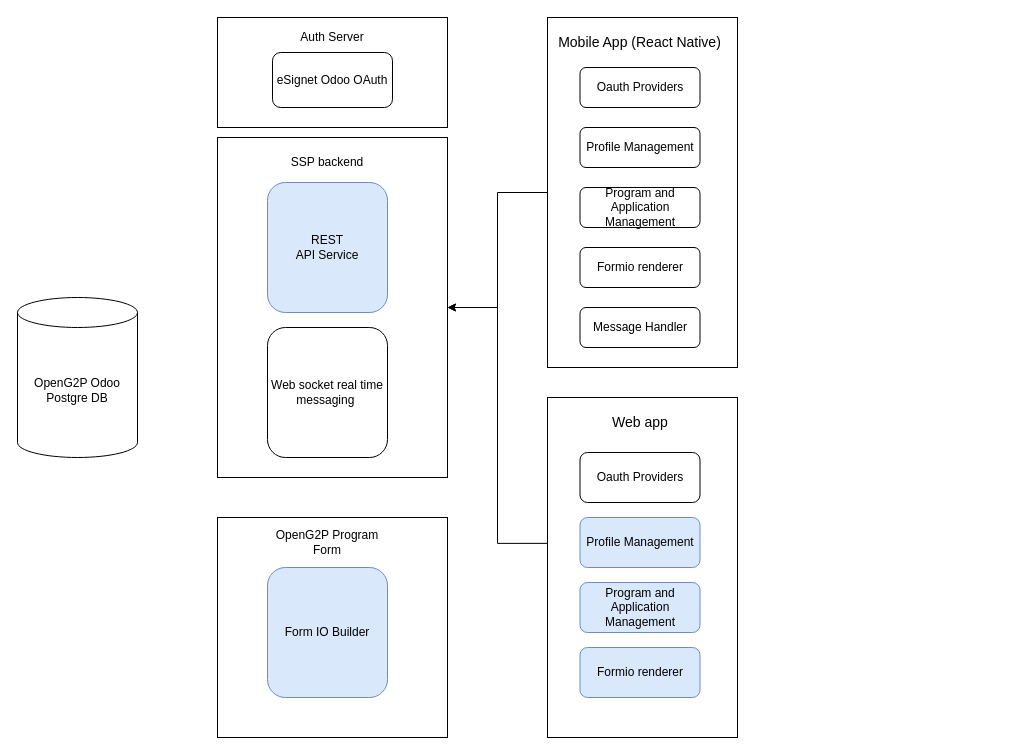
OpenG2P/openg2p-documentation keeps this draw.io diagram as .gitbook/assets/self-service-portal.drawio. Above is the earlier version. Source tidied: cells renumbered, new cells numbered last; positions are measured from the earlier drawing's top-left corner, leaving out a move shared by most shapes. Both pictures are drawn from the tidied source at 100%, with x=0, y=0 at pixel (17, 17).
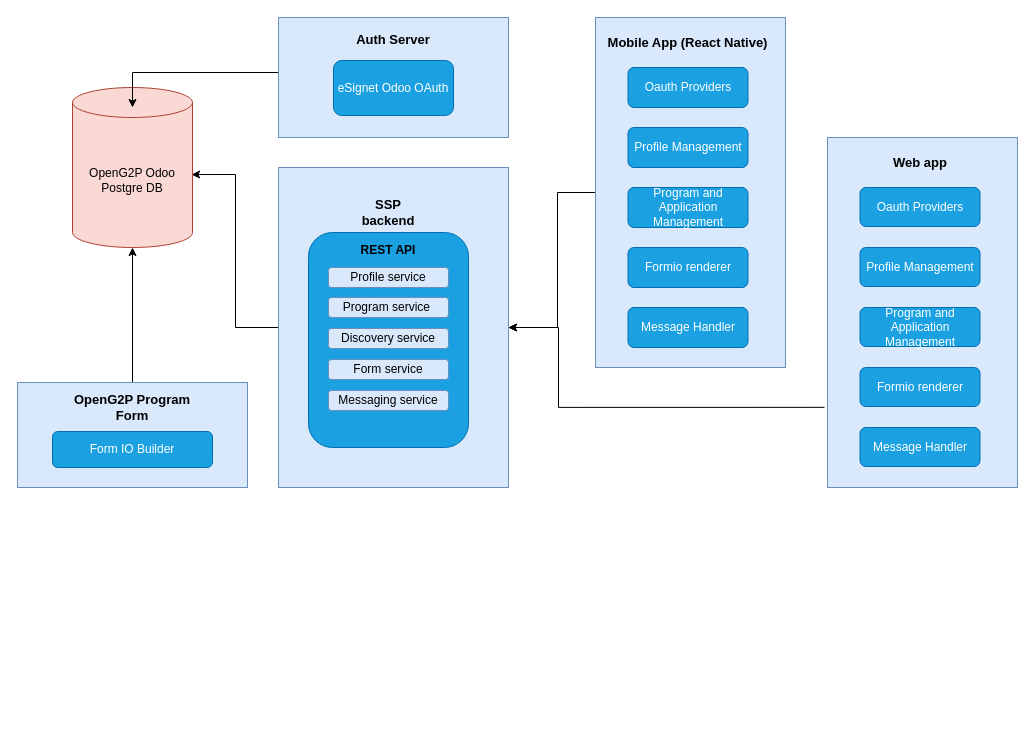
After the change.

Diff of the diagram source:
```diff
@@
+    <mxCell id="28" style="edgeStyle=orthogonalEdgeStyle;rounded=0;jettySize=auto;html=1;entryX=0.992;entryY=0.544;entryDx=0;entryDy=0;entryPerimeter=0;" parent="1" edge="1" source="2" target="6">
+      <mxGeometry relative="1" as="geometry" />
+    </mxCell>
-    <mxCell id="2" style="rounded=0;whiteSpace=wrap;html=1;" parent="1" vertex="1">
-      <mxGeometry x="200" y="120" width="230" height="340" as="geometry" />
+    <mxCell id="2" style="rounded=0;whiteSpace=wrap;html=1;fillColor=#dae8fc;strokeColor=#6c8ebf;" parent="1" vertex="1">
+      <mxGeometry x="261" y="150" width="230" height="320" as="geometry" />
     </mxCell>
     <mxCell id="3" style="edgeStyle=orthogonalEdgeStyle;rounded=0;jettySize=auto;html=1;" parent="1" edge="1" source="4" target="2">
-      <mxGeometry relative="1" as="geometry" />
+      <mxGeometry relative="1" as="geometry">
+        <Array as="points">
+          <mxPoint x="540" y="175" />
+          <mxPoint x="540" y="310" />
+        </Array>
+      </mxGeometry>
     </mxCell>
-    <mxCell id="4" style="rounded=0;whiteSpace=wrap;html=1;" parent="1" vertex="1">
-      <mxGeometry x="530" width="190" height="350" as="geometry" />
+    <mxCell id="4" style="rounded=0;whiteSpace=wrap;html=1;fillColor=#dae8fc;strokeColor=#6c8ebf;" parent="1" vertex="1">
+      <mxGeometry x="578" width="190" height="350" as="geometry" />
     </mxCell>
-    <mxCell id="5" style="rounded=0;whiteSpace=wrap;html=1;" parent="1" vertex="1">
-      <mxGeometry x="530" y="380" width="190" height="340" as="geometry" />
+    <mxCell id="5" style="rounded=0;whiteSpace=wrap;html=1;fillColor=#dae8fc;strokeColor=#6c8ebf;" parent="1" vertex="1">
+      <mxGeometry x="810" y="120" width="190" height="350" as="geometry" />
     </mxCell>
-    <mxCell id="6" value="OpenG2P Odoo &lt;br&gt;Postgre DB" style="shape=cylinder3;whiteSpace=wrap;html=1;boundedLbl=1;backgroundOutline=1;size=15;" parent="1" vertex="1">
-      <mxGeometry y="280" width="120" height="160" as="geometry" />
+    <mxCell id="6" value="OpenG2P Odoo &lt;br&gt;Postgre DB" style="shape=cylinder3;whiteSpace=wrap;html=1;boundedLbl=1;backgroundOutline=1;size=15;fillColor=#fad9d5;strokeColor=#ae4132;" parent="1" vertex="1">
+      <mxGeometry x="55" y="70" width="120" height="160" as="geometry" />
     </mxCell>
-    <mxCell id="7" value="REST &lt;br&gt;API Service" style="rounded=1;whiteSpace=wrap;html=1;fillColor=#dae8fc;strokeColor=#6c8ebf;" parent="1" vertex="1">
-      <mxGeometry x="250" y="165" width="120" height="130" as="geometry" />
+    <mxCell id="7" style="rounded=1;whiteSpace=wrap;html=1;fillColor=#1ba1e2;strokeColor=#006EAF;fontColor=#ffffff;" parent="1" vertex="1">
+      <mxGeometry x="291" y="215" width="160" height="215" as="geometry" />
     </mxCell>
-    <mxCell id="8" value="Web socket real time messaging&amp;nbsp;" style="rounded=1;whiteSpace=wrap;html=1;" parent="1" vertex="1">
-      <mxGeometry x="250" y="310" width="120" height="130" as="geometry" />
-    </mxCell>
-    <mxCell id="9" value="Mobile App (React Native)" style="text;html=1;strokeColor=none;fillColor=none;align=center;verticalAlign=middle;whiteSpace=wrap;rounded=0;fontSize=14;" parent="1" vertex="1">
-      <mxGeometry x="540" y="10" width="165" height="30" as="geometry" />
+    <mxCell id="9" value="Mobile App (React Native)" style="text;html=1;strokeColor=none;fillColor=none;align=center;verticalAlign=middle;whiteSpace=wrap;rounded=0;fontSize=13;fontStyle=1;" parent="1" vertex="1">
+      <mxGeometry x="588" y="10" width="165" height="30" as="geometry" />
     </mxCell>
-    <mxCell id="10" value="Web app" style="text;html=1;strokeColor=none;fillColor=none;align=center;verticalAlign=middle;whiteSpace=wrap;rounded=0;fontSize=14;" parent="1" vertex="1">
-      <mxGeometry x="592.5" y="390" width="60" height="30" as="geometry" />
+    <mxCell id="10" value="Web app" style="text;html=1;strokeColor=none;fillColor=none;align=center;verticalAlign=middle;whiteSpace=wrap;rounded=0;fontSize=13;fontStyle=1;" parent="1" vertex="1">
+      <mxGeometry x="872.5" y="130" width="60" height="30" as="geometry" />
     </mxCell>
-    <mxCell id="11" value="Formio renderer" style="rounded=1;whiteSpace=wrap;html=1;" parent="1" vertex="1">
-      <mxGeometry x="562.5" y="230" width="120" height="40" as="geometry" />
+    <mxCell id="11" value="Formio renderer" style="rounded=1;whiteSpace=wrap;html=1;fillColor=#1ba1e2;strokeColor=#006EAF;fontColor=#ffffff;" parent="1" vertex="1">
+      <mxGeometry x="610.5" y="230" width="120" height="40" as="geometry" />
     </mxCell>
-    <mxCell id="12" value="SSP backend" style="text;html=1;strokeColor=none;fillColor=none;align=center;verticalAlign=middle;whiteSpace=wrap;rounded=0;" parent="1" vertex="1">
-      <mxGeometry x="270" y="130" width="80" height="30" as="geometry" />
+    <mxCell id="12" value="SSP backend" style="text;html=1;strokeColor=none;fillColor=none;align=center;verticalAlign=middle;whiteSpace=wrap;rounded=0;fontSize=13;fontStyle=1;" parent="1" vertex="1">
+      <mxGeometry x="331" y="180" width="80" height="30" as="geometry" />
     </mxCell>
+    <mxCell id="29" style="edgeStyle=orthogonalEdgeStyle;rounded=0;jettySize=auto;html=1;entryX=0.5;entryY=1;entryDx=0;entryDy=0;entryPerimeter=0;" parent="1" edge="1" source="13" target="6">
+      <mxGeometry relative="1" as="geometry" />
+    </mxCell>
-    <mxCell id="13" style="rounded=0;whiteSpace=wrap;html=1;" parent="1" vertex="1">
-      <mxGeometry x="200" y="500" width="230" height="220" as="geometry" />
+    <mxCell id="13" style="rounded=0;whiteSpace=wrap;html=1;fillColor=#dae8fc;strokeColor=#6c8ebf;" parent="1" vertex="1">
+      <mxGeometry y="365" width="230" height="105" as="geometry" />
     </mxCell>
-    <mxCell id="14" value="Form IO Builder" style="rounded=1;whiteSpace=wrap;html=1;fillColor=#dae8fc;strokeColor=#6c8ebf;" parent="1" vertex="1">
-      <mxGeometry x="250" y="550" width="120" height="130" as="geometry" />
+    <mxCell id="14" value="Form IO Builder" style="rounded=1;whiteSpace=wrap;html=1;fillColor=#1ba1e2;strokeColor=#006EAF;fontColor=#ffffff;" parent="1" vertex="1">
+      <mxGeometry x="35" y="414" width="160" height="36" as="geometry" />
     </mxCell>
-    <mxCell id="15" value="OpenG2P Program Form" style="text;html=1;strokeColor=none;fillColor=none;align=center;verticalAlign=middle;whiteSpace=wrap;rounded=0;" parent="1" vertex="1">
-      <mxGeometry x="250" y="510" width="120" height="30" as="geometry" />
+    <mxCell id="15" value="OpenG2P Program Form" style="text;html=1;strokeColor=none;fillColor=none;align=center;verticalAlign=middle;whiteSpace=wrap;rounded=0;fontSize=13;fontStyle=1;" parent="1" vertex="1">
+      <mxGeometry x="55" y="374.5" width="120" height="30" as="geometry" />
     </mxCell>
+    <mxCell id="30" style="edgeStyle=orthogonalEdgeStyle;rounded=0;jettySize=auto;html=1;" parent="1" edge="1" source="16">
+      <mxGeometry relative="1" as="geometry">
+        <mxPoint x="115" y="90" as="targetPoint" />
+        <Array as="points">
+          <mxPoint x="115" y="55" />
+          <mxPoint x="115" y="90" />
+        </Array>
+      </mxGeometry>
+    </mxCell>
-    <mxCell id="16" style="rounded=0;whiteSpace=wrap;html=1;" parent="1" vertex="1">
-      <mxGeometry x="200" width="230" height="110" as="geometry" />
+    <mxCell id="16" style="rounded=0;whiteSpace=wrap;html=1;fillColor=#dae8fc;strokeColor=#6c8ebf;" parent="1" vertex="1">
+      <mxGeometry x="261" width="230" height="120" as="geometry" />
     </mxCell>
-    <mxCell id="17" value="eSignet Odoo OAuth" style="rounded=1;whiteSpace=wrap;html=1;" parent="1" vertex="1">
-      <mxGeometry x="255" y="35" width="120" height="55" as="geometry" />
+    <mxCell id="17" value="eSignet Odoo OAuth" style="rounded=1;whiteSpace=wrap;html=1;fillColor=#1ba1e2;strokeColor=#006EAF;fontColor=#ffffff;" parent="1" vertex="1">
+      <mxGeometry x="316" y="43" width="120" height="55" as="geometry" />
     </mxCell>
-    <mxCell id="18" value="Auth Server" style="text;html=1;strokeColor=none;fillColor=none;align=center;verticalAlign=middle;whiteSpace=wrap;rounded=0;" parent="1" vertex="1">
-      <mxGeometry x="275" y="5" width="80" height="30" as="geometry" />
+    <mxCell id="18" value="Auth Server" style="text;html=1;strokeColor=none;fillColor=none;align=center;verticalAlign=middle;whiteSpace=wrap;rounded=0;fontSize=13;fontStyle=1;" parent="1" vertex="1">
+      <mxGeometry x="336" y="7" width="80" height="30" as="geometry" />
     </mxCell>
-    <mxCell id="19" value="Oauth Providers" style="rounded=1;whiteSpace=wrap;html=1;" parent="1" vertex="1">
-      <mxGeometry x="562.5" y="50" width="120" height="40" as="geometry" />
+    <mxCell id="19" value="Oauth Providers" style="rounded=1;whiteSpace=wrap;html=1;fillColor=#1ba1e2;strokeColor=#006EAF;fontColor=#ffffff;" parent="1" vertex="1">
+      <mxGeometry x="610.5" y="50" width="120" height="40" as="geometry" />
     </mxCell>
-    <mxCell id="20" value="Profile Management" style="rounded=1;whiteSpace=wrap;html=1;" parent="1" vertex="1">
-      <mxGeometry x="562.5" y="110" width="120" height="40" as="geometry" />
+    <mxCell id="20" value="Profile Management" style="rounded=1;whiteSpace=wrap;html=1;fillColor=#1ba1e2;strokeColor=#006EAF;fontColor=#ffffff;" parent="1" vertex="1">
+      <mxGeometry x="610.5" y="110" width="120" height="40" as="geometry" />
     </mxCell>
-    <mxCell id="21" value="Program and Application Management" style="rounded=1;whiteSpace=wrap;html=1;" parent="1" vertex="1">
-      <mxGeometry x="562.5" y="170" width="120" height="40" as="geometry" />
+    <mxCell id="21" value="Program and Application Management" style="rounded=1;whiteSpace=wrap;html=1;fillColor=#1ba1e2;strokeColor=#006EAF;fontColor=#ffffff;" parent="1" vertex="1">
+      <mxGeometry x="610.5" y="170" width="120" height="40" as="geometry" />
     </mxCell>
+    <mxCell id="26" style="edgeStyle=orthogonalEdgeStyle;rounded=0;jettySize=auto;html=1;entryX=1;entryY=0.5;entryDx=0;entryDy=0;exitX=-0.016;exitY=0.771;exitDx=0;exitDy=0;exitPerimeter=0;" parent="1" edge="1" source="5" target="2">
+      <mxGeometry relative="1" as="geometry">
+        <Array as="points">
+          <mxPoint x="541" y="390" />
+          <mxPoint x="541" y="310" />
+        </Array>
+      </mxGeometry>
+    </mxCell>
+    <mxCell id="27" value="Message Handler" style="rounded=1;whiteSpace=wrap;html=1;fillColor=#1ba1e2;strokeColor=#006EAF;fontColor=#ffffff;" parent="1" vertex="1">
+      <mxGeometry x="610.5" y="290" width="120" height="40" as="geometry" />
+    </mxCell>
-    <mxCell id="22" value="Formio renderer" style="rounded=1;whiteSpace=wrap;html=1;fillColor=#dae8fc;strokeColor=#6c8ebf;" parent="1" vertex="1">
-      <mxGeometry x="562.5" y="630" width="120" height="50" as="geometry" />
+    <mxCell id="22" value="Formio renderer" style="rounded=1;whiteSpace=wrap;html=1;fillColor=#1ba1e2;strokeColor=#006EAF;fontColor=#ffffff;" parent="1" vertex="1">
+      <mxGeometry x="842.5" y="350" width="120" height="39" as="geometry" />
     </mxCell>
-    <mxCell id="23" value="Oauth Providers" style="rounded=1;whiteSpace=wrap;html=1;" parent="1" vertex="1">
-      <mxGeometry x="562.5" y="435" width="120" height="50" as="geometry" />
+    <mxCell id="23" value="Oauth Providers" style="rounded=1;whiteSpace=wrap;html=1;fillColor=#1ba1e2;strokeColor=#006EAF;fontColor=#ffffff;" parent="1" vertex="1">
+      <mxGeometry x="842.5" y="170" width="120" height="39" as="geometry" />
     </mxCell>
-    <mxCell id="24" value="Profile Management" style="rounded=1;whiteSpace=wrap;html=1;fillColor=#dae8fc;strokeColor=#6c8ebf;" parent="1" vertex="1">
-      <mxGeometry x="562.5" y="500" width="120" height="50" as="geometry" />
+    <mxCell id="24" value="Profile Management" style="rounded=1;whiteSpace=wrap;html=1;fillColor=#1ba1e2;strokeColor=#006EAF;fontColor=#ffffff;" parent="1" vertex="1">
+      <mxGeometry x="842.5" y="230" width="120" height="39" as="geometry" />
     </mxCell>
-    <mxCell id="25" value="Program and Application Management" style="rounded=1;whiteSpace=wrap;html=1;fillColor=#dae8fc;strokeColor=#6c8ebf;" parent="1" vertex="1">
-      <mxGeometry x="562.5" y="565" width="120" height="50" as="geometry" />
+    <mxCell id="25" value="Program and Application Management" style="rounded=1;whiteSpace=wrap;html=1;fillColor=#1ba1e2;strokeColor=#006EAF;fontColor=#ffffff;" parent="1" vertex="1">
+      <mxGeometry x="842.5" y="290" width="120" height="39" as="geometry" />
     </mxCell>
-    <mxCell id="26" style="edgeStyle=orthogonalEdgeStyle;rounded=0;jettySize=auto;html=1;entryX=1;entryY=0.5;entryDx=0;entryDy=0;exitX=0;exitY=0.429;exitDx=0;exitDy=0;exitPerimeter=0;" parent="1" edge="1" source="5" target="2">
-      <mxGeometry relative="1" as="geometry" />
-    </mxCell>
-    <mxCell id="27" value="Message Handler" style="rounded=1;whiteSpace=wrap;html=1;" parent="1" vertex="1">
-      <mxGeometry x="562.5" y="290" width="120" height="40" as="geometry" />
-    </mxCell>
+    <mxCell id="31" value="Message Handler" style="rounded=1;whiteSpace=wrap;html=1;fillColor=#1ba1e2;strokeColor=#006EAF;fontColor=#ffffff;" parent="1" vertex="1">
+      <mxGeometry x="842.5" y="410" width="120" height="39" as="geometry" />
+    </mxCell>
+    <mxCell id="32" value="REST API" style="text;html=1;strokeColor=none;fillColor=none;align=center;verticalAlign=middle;whiteSpace=wrap;rounded=0;fontStyle=1;" parent="1" vertex="1">
+      <mxGeometry x="341" y="218" width="60" height="30" as="geometry" />
+    </mxCell>
+    <mxCell id="33" value="Profile service" style="rounded=1;whiteSpace=wrap;html=1;fillColor=#dae8fc;strokeColor=#6c8ebf;" parent="1" vertex="1">
+      <mxGeometry x="311" y="250" width="120" height="20" as="geometry" />
+    </mxCell>
+    <mxCell id="34" value="Program service&amp;nbsp;" style="rounded=1;whiteSpace=wrap;html=1;fillColor=#dae8fc;strokeColor=#6c8ebf;" parent="1" vertex="1">
+      <mxGeometry x="311" y="280" width="120" height="20" as="geometry" />
+    </mxCell>
+    <mxCell id="35" value="Form service" style="rounded=1;whiteSpace=wrap;html=1;fillColor=#dae8fc;strokeColor=#6c8ebf;" parent="1" vertex="1">
+      <mxGeometry x="311" y="342" width="120" height="20" as="geometry" />
+    </mxCell>
+    <mxCell id="36" value="Messaging service" style="rounded=1;whiteSpace=wrap;html=1;fillColor=#dae8fc;strokeColor=#6c8ebf;" parent="1" vertex="1">
+      <mxGeometry x="311" y="373" width="120" height="20" as="geometry" />
+    </mxCell>
+    <mxCell id="37" value="Discovery service" style="rounded=1;whiteSpace=wrap;html=1;fillColor=#dae8fc;strokeColor=#6c8ebf;" parent="1" vertex="1">
+      <mxGeometry x="311" y="311" width="120" height="20" as="geometry" />
+    </mxCell>
```
